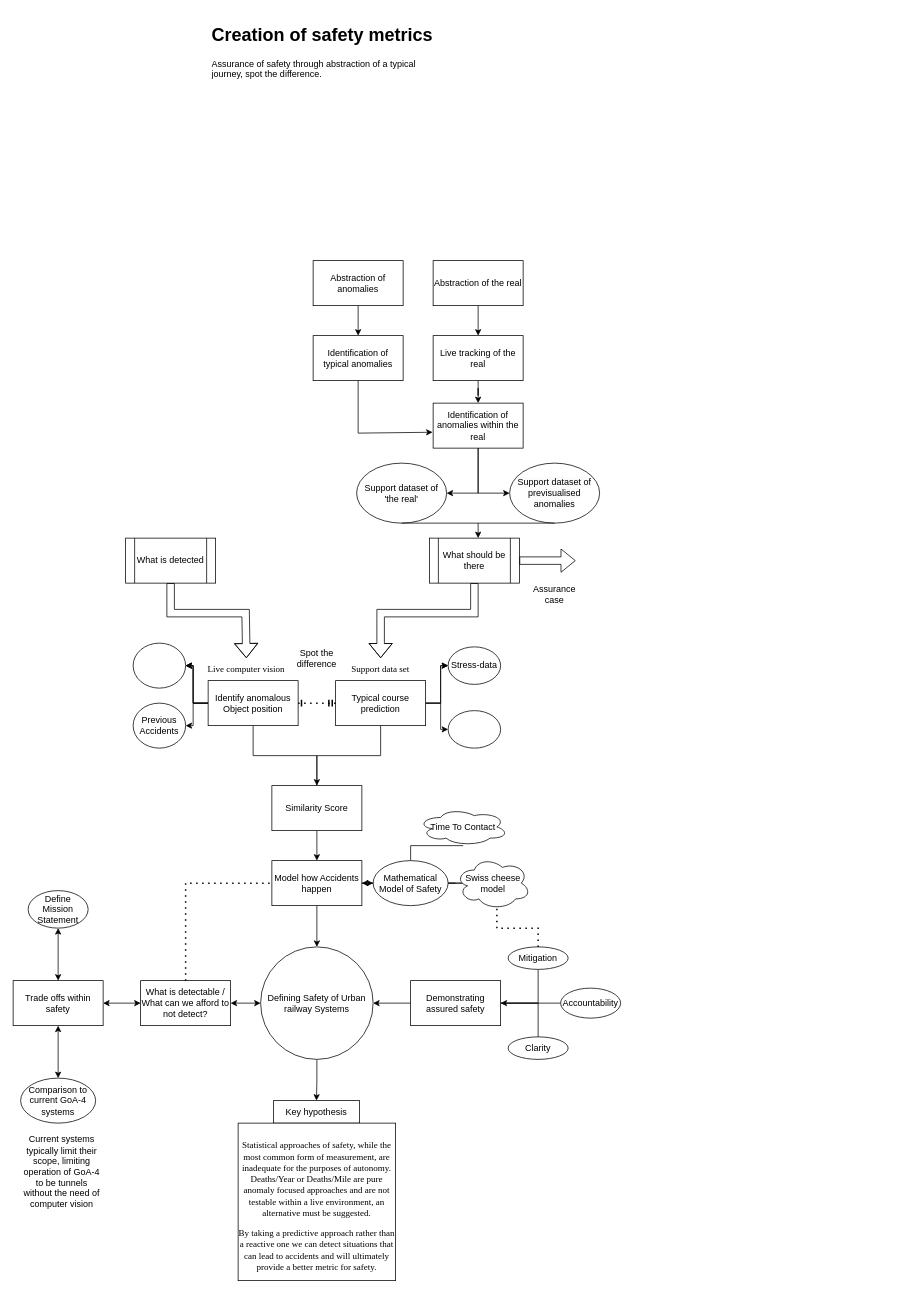
This is Untitled Diagram.drawio from TortoiseFather/SimpleRailwaySim, a draw.io file, before an edit. Source tidied: cells renumbered, new cells numbered last; positions are measured from the earlier drawing's top-left corner, leaving out a move shared by most shapes. Both pictures are drawn from the tidied source at 75%, with x=0, y=0 at pixel (13, 20).
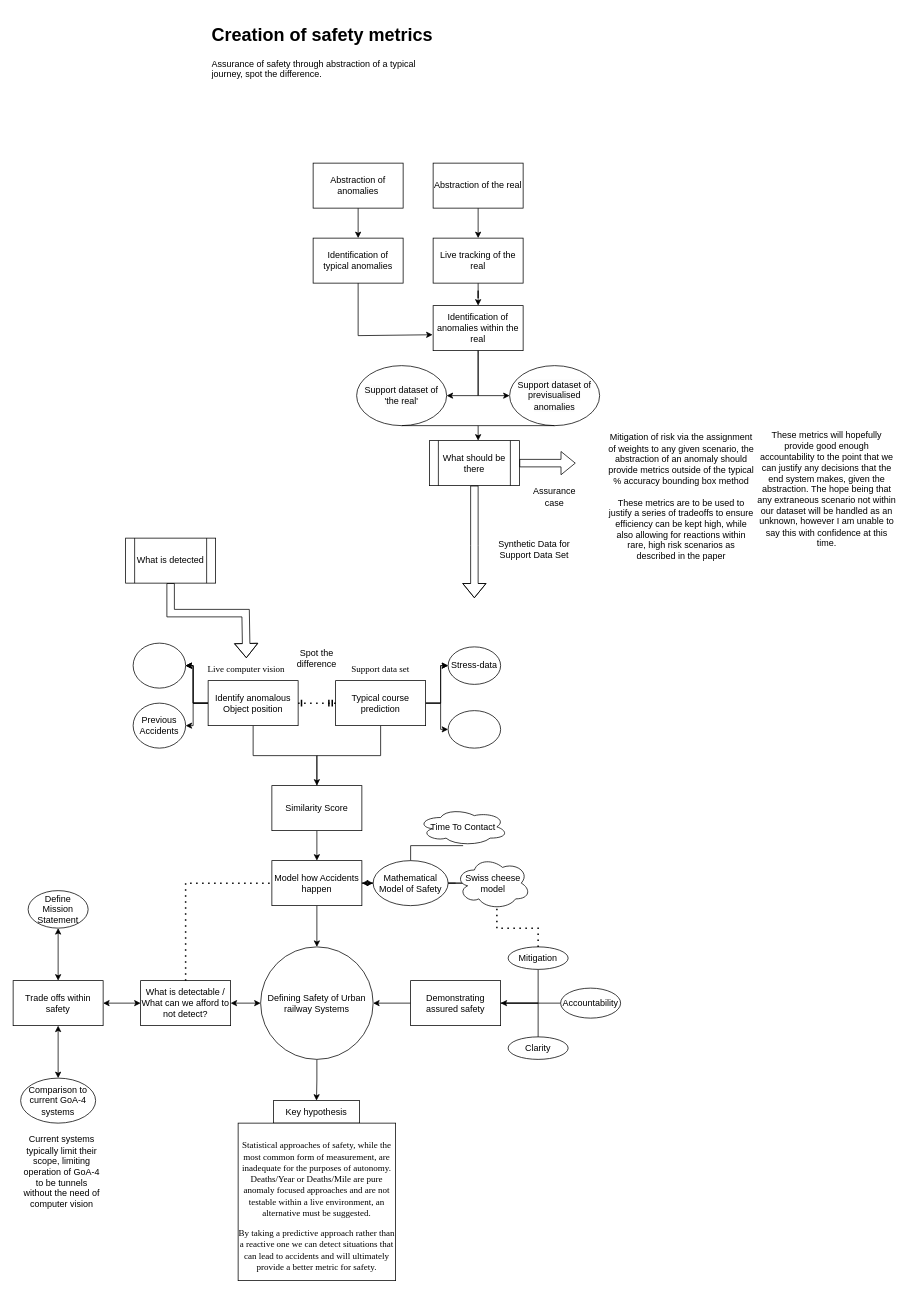
After the change.

The change refers to these unchanged cells:
```xml
<mxCell id="45" value="&lt;font face=&quot;Times New Roman&quot;&gt;Support data set&lt;br&gt;&lt;/font&gt;" style="text;html=1;strokeColor=none;fillColor=none;align=center;verticalAlign=middle;whiteSpace=wrap;rounded=0;" parent="1" vertex="1">
  <mxGeometry x="430" y="850" width="120" height="30" as="geometry" />
</mxCell>
```

The edit, as a diff of the source:
```diff
@@
     <mxCell id="55" value="What should be there" style="shape=process;whiteSpace=wrap;html=1;backgroundOutline=1;" parent="1" vertex="1">
-      <mxGeometry x="555" y="690" width="120" height="60" as="geometry" />
+      <mxGeometry x="555" y="560" width="120" height="60" as="geometry" />
     </mxCell>
-    <mxCell id="56" style="shape=flexArrow;endArrow=classic;html=1;rounded=0;exitX=0.5;exitY=1;exitDx=0;exitDy=0;entryX=0.5;entryY=0;entryDx=0;entryDy=0;" parent="1" edge="1" source="55" target="45">
+    <mxCell id="56" style="shape=flexArrow;endArrow=classic;html=1;rounded=0;exitX=0.5;exitY=1;exitDx=0;exitDy=0;" parent="1" edge="1" source="55">
       <mxGeometry relative="1" as="geometry">
+        <mxPoint x="615" y="770" as="targetPoint" />
         <Array as="points">
-          <mxPoint x="615" y="790" />
-          <mxPoint x="490" y="790" />
+          <mxPoint x="615" y="700" />
         </Array>
       </mxGeometry>
     </mxCell>
@@
     <mxCell id="60" value="Abstraction of anomalies" style="rounded=0;whiteSpace=wrap;html=1;" parent="1" vertex="1">
-      <mxGeometry x="400" y="320" width="120" height="60" as="geometry" />
+      <mxGeometry x="400" y="190" width="120" height="60" as="geometry" />
     </mxCell>
@@
     <mxCell id="62" value="Abstraction of the real" style="rounded=0;whiteSpace=wrap;html=1;" parent="1" vertex="1">
-      <mxGeometry x="560" y="320" width="120" height="60" as="geometry" />
+      <mxGeometry x="560" y="190" width="120" height="60" as="geometry" />
     </mxCell>
@@
     <mxCell id="64" value="Live tracking of the real" style="whiteSpace=wrap;html=1;rounded=0;" parent="1" vertex="1">
-      <mxGeometry x="560" y="420" width="120" height="60" as="geometry" />
+      <mxGeometry x="560" y="290" width="120" height="60" as="geometry" />
     </mxCell>
     <mxCell id="65" value="Identification of typical anomalies" style="whiteSpace=wrap;html=1;rounded=0;" parent="1" vertex="1">
-      <mxGeometry x="400" y="420" width="120" height="60" as="geometry" />
+      <mxGeometry x="400" y="290" width="120" height="60" as="geometry" />
     </mxCell>
     <mxCell id="66" value="Identification of anomalies within the real" style="rounded=0;whiteSpace=wrap;html=1;" parent="1" vertex="1">
-      <mxGeometry x="560" y="510" width="120" height="60" as="geometry" />
+      <mxGeometry x="560" y="380" width="120" height="60" as="geometry" />
     </mxCell>
     <mxCell id="67" style="endArrow=classic;html=1;rounded=0;exitX=0.5;exitY=1;exitDx=0;exitDy=0;entryX=-0.006;entryY=0.647;entryDx=0;entryDy=0;entryPerimeter=0;" parent="1" edge="1" source="65" target="66">
       <mxGeometry relative="1" as="geometry">
         <Array as="points">
-          <mxPoint x="460" y="550" />
+          <mxPoint x="460" y="420" />
         </Array>
       </mxGeometry>
     </mxCell>
     <mxCell id="68" value="&lt;span style=&quot;color: rgb(0, 0, 0); font-family: Helvetica; font-size: 12px; font-style: normal; font-variant-ligatures: normal; font-variant-caps: normal; font-weight: 400; letter-spacing: normal; orphans: 2; text-align: center; text-indent: 0px; text-transform: none; widows: 2; word-spacing: 0px; -webkit-text-stroke-width: 0px; background-color: rgb(251, 251, 251); text-decoration-thickness: initial; text-decoration-style: initial; text-decoration-color: initial; float: none; display: inline !important;&quot;&gt;Support dataset of previsualised anomalies&lt;/span&gt;" style="ellipse;whiteSpace=wrap;html=1;" parent="1" vertex="1">
-      <mxGeometry x="662" y="590" width="120" height="80" as="geometry" />
+      <mxGeometry x="662" y="460" width="120" height="80" as="geometry" />
     </mxCell>
     <mxCell id="69" value="&lt;span style=&quot;color: rgb(0, 0, 0); font-family: Helvetica; font-size: 12px; font-style: normal; font-variant-ligatures: normal; font-variant-caps: normal; font-weight: 400; letter-spacing: normal; orphans: 2; text-align: center; text-indent: 0px; text-transform: none; widows: 2; word-spacing: 0px; -webkit-text-stroke-width: 0px; background-color: rgb(251, 251, 251); text-decoration-thickness: initial; text-decoration-style: initial; text-decoration-color: initial; float: none; display: inline !important;&quot;&gt;Support dataset of 'the real'&lt;/span&gt;" style="ellipse;whiteSpace=wrap;html=1;" parent="1" vertex="1">
-      <mxGeometry x="458" y="590" width="120" height="80" as="geometry" />
+      <mxGeometry x="458" y="460" width="120" height="80" as="geometry" />
     </mxCell>
     <mxCell id="70" style="endArrow=classic;html=1;rounded=0;exitX=0.5;exitY=1;exitDx=0;exitDy=0;entryX=1;entryY=0.5;entryDx=0;entryDy=0;" parent="1" edge="1" source="66" target="69">
       <mxGeometry relative="1" as="geometry">
         <Array as="points">
-          <mxPoint x="620" y="630" />
+          <mxPoint x="620" y="500" />
         </Array>
       </mxGeometry>
     </mxCell>
     <mxCell id="71" style="endArrow=classic;html=1;rounded=0;exitX=0.5;exitY=1;exitDx=0;exitDy=0;entryX=0;entryY=0.5;entryDx=0;entryDy=0;" parent="1" edge="1" source="66" target="68">
       <mxGeometry relative="1" as="geometry">
         <Array as="points">
-          <mxPoint x="620" y="630" />
+          <mxPoint x="620" y="500" />
         </Array>
       </mxGeometry>
     </mxCell>
     <mxCell id="72" style="endArrow=classic;html=1;rounded=0;exitX=0.5;exitY=1;exitDx=0;exitDy=0;" parent="1" edge="1" source="68">
       <mxGeometry relative="1" as="geometry">
-        <mxPoint x="620" y="690" as="targetPoint" />
+        <mxPoint x="620" y="560" as="targetPoint" />
         <Array as="points">
-          <mxPoint x="620" y="670" />
+          <mxPoint x="620" y="540" />
         </Array>
       </mxGeometry>
     </mxCell>
     <mxCell id="73" style="endArrow=none;html=1;rounded=0;entryX=0.5;entryY=1;entryDx=0;entryDy=0;" parent="1" edge="1" target="69">
       <mxGeometry relative="1" as="geometry">
-        <mxPoint x="620" y="670" as="sourcePoint" />
+        <mxPoint x="620" y="540" as="sourcePoint" />
       </mxGeometry>
     </mxCell>
     <mxCell id="74" style="shape=flexArrow;endArrow=classic;html=1;rounded=0;exitX=1;exitY=0.5;exitDx=0;exitDy=0;" parent="1" edge="1" source="55">
       <mxGeometry relative="1" as="geometry">
-        <mxPoint x="750" y="720" as="targetPoint" />
+        <mxPoint x="750" y="590" as="targetPoint" />
       </mxGeometry>
     </mxCell>
     <mxCell id="75" value="Assurance case" style="text;html=1;strokeColor=none;fillColor=none;align=center;verticalAlign=middle;whiteSpace=wrap;rounded=0;" parent="1" vertex="1">
-      <mxGeometry x="692" y="750" width="60" height="30" as="geometry" />
+      <mxGeometry x="692" y="620" width="60" height="30" as="geometry" />
     </mxCell>
+    <mxCell id="76" value="Synthetic Data for Support Data Set" style="text;html=1;strokeColor=none;fillColor=none;align=center;verticalAlign=middle;whiteSpace=wrap;rounded=0;" parent="1" vertex="1">
+      <mxGeometry x="640" y="690" width="110" height="30" as="geometry" />
+    </mxCell>
+    <mxCell id="77" value="&lt;div&gt;Mitigation of risk via the assignment of weights to any given scenario, the abstraction of an anomaly should provide metrics outside of the typical % accuracy bounding box method&lt;/div&gt;&lt;div&gt;&lt;br&gt;&lt;/div&gt;&lt;div&gt;These metrics are to be used to justify a series of tradeoffs to ensure efficiency can be kept high, while also allowing for reactions within rare, high risk scenarios as described in the paper&lt;br&gt;&lt;/div&gt;" style="text;html=1;strokeColor=none;fillColor=none;align=center;verticalAlign=middle;whiteSpace=wrap;rounded=0;" parent="1" vertex="1">
+      <mxGeometry x="792" y="537.5" width="198" height="195" as="geometry" />
+    </mxCell>
+    <mxCell id="78" value="These metrics will hopefully provide good enough accountability to the point that we can justify any decisions that the end system makes, given the abstraction. The hope being that any extraneous scenario not within our dataset will be handled as an unknown, however I am unable to say this with confidence at this time." style="text;html=1;strokeColor=none;fillColor=none;align=center;verticalAlign=middle;whiteSpace=wrap;rounded=0;" parent="1" vertex="1">
+      <mxGeometry x="990" y="530" width="190" height="190" as="geometry" />
+    </mxCell>
```
